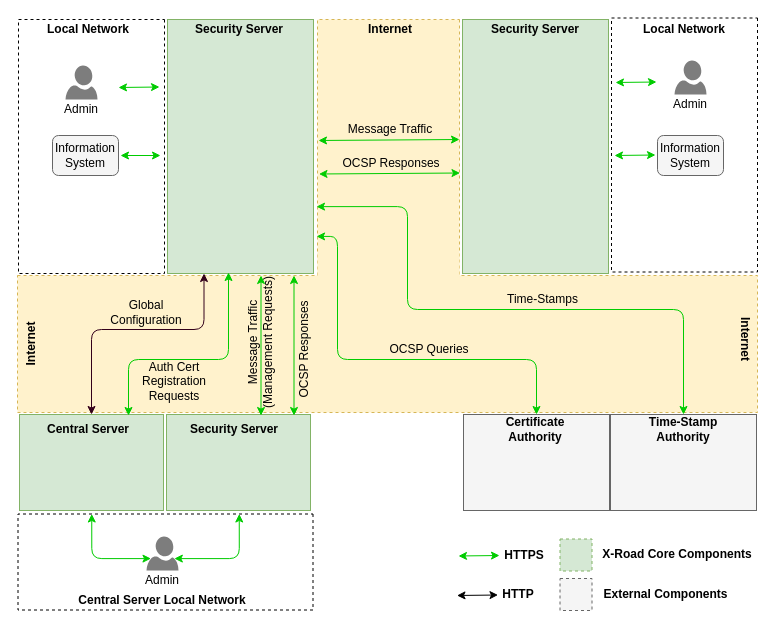
This is doc/Architecture/img/arc-sec_x-road_security_architecture_diagram.drawio from nordic-institute/X-Road, a draw.io file, before an edit. Source tidied: cells renumbered, new cells numbered last; positions are measured from the earlier drawing's top-left corner, leaving out a move shared by most shapes. Both pictures are drawn from the tidied source at 100%, with x=0, y=0 at pixel (-36, 19).
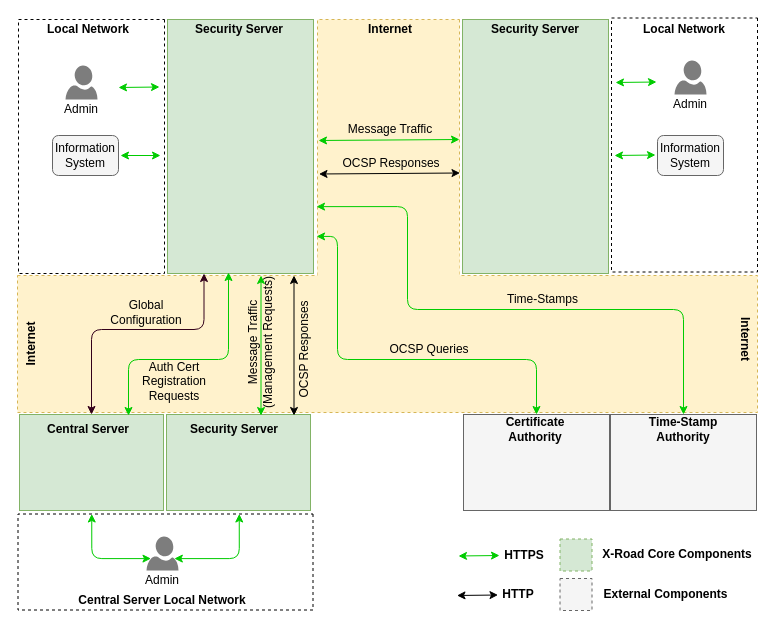
Above is the later version.

Commit message (it also covers changes not shown here):
XRDDEV-476 update Figure 1

- Change connection type of OCSP responses between Security Servers from HTTPS to HTTP.

Change to the diagram source:
```diff
@@
-    <mxCell id="17" style="endArrow=classic;startArrow=classic;html=1;exitX=0.441;exitY=1.026;exitDx=0;exitDy=0;fillColor=#d5e8d4;strokeColor=#00CC00;entryX=0.437;entryY=-0.004;entryDx=0;entryDy=0;entryPerimeter=0;exitPerimeter=0;" parent="1" edge="1">
+    <mxCell id="17" style="endArrow=classic;startArrow=classic;html=1;exitX=0.441;exitY=1.026;exitDx=0;exitDy=0;fillColor=#d5e8d4;strokeColor=#000000;entryX=0.437;entryY=-0.004;entryDx=0;entryDy=0;entryPerimeter=0;exitPerimeter=0;" parent="1" edge="1">
       <mxGeometry relative="1" as="geometry">
         <mxPoint x="354.5" y="154.5" as="sourcePoint" />
         <mxPoint x="495.5" y="153.5" as="targetPoint" />
       </mxGeometry>
     </mxCell>
@@
-    <mxCell id="38" style="endArrow=classic;startArrow=classic;html=1;fillColor=#d5e8d4;strokeColor=#00CC00;" parent="1" edge="1">
+    <mxCell id="38" style="endArrow=classic;startArrow=classic;html=1;fillColor=#d5e8d4;strokeColor=#000000;" parent="1" edge="1">
       <mxGeometry relative="1" as="geometry">
         <mxPoint x="329.5" y="256" as="sourcePoint" />
         <mxPoint x="329.5" y="396" as="targetPoint" />
       </mxGeometry>
     </mxCell>
```
